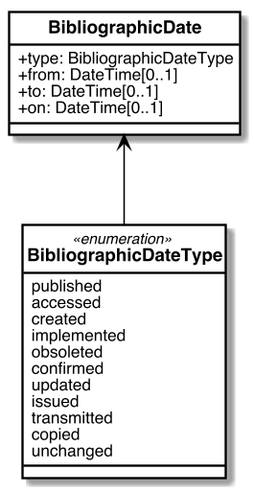
Before: images/RelBib_Date.png, a diagram exported from PlantUML (relaton/relaton-models). The source it was exported from:
```plantuml
@startuml RelBib_Date


skinparam Dpi 150
skinparam Monochrome false
skinparam LineType ortho
hide circle
skinparam Default {
  TextAlignment center
  FontName Helvetica
}
skinparam Class {
  AttributeIconSize 0
  BackgroundColor White
  ArrowColor Black
  BorderColor Black
  FontStyle bold
  StereotypeFontSize 10
}
skinparam Rectangle {
  BackgroundColor White
  ArrowColor Black
  BorderColor Black
  FontStyle bold
  FontSize 11
  StereotypeFontSize 10
}
skinparam Object {
  BackgroundColor White
  ArrowColor Black
  BorderColor Black
  FontStyle bold
  FontSize 11
  StereotypeFontSize 10
}

skinparam Entity {
  StereotypeFontSize 10
}



class BibliographicDate {
    +type: BibliographicDateType
    +from: DateTime[0..1]
    +to: DateTime[0..1]
    +on: DateTime[0..1]
}

enum BibliographicDateType <<enumeration>>{
    published
    accessed
    created
    implemented
    obsoleted
    confirmed
    updated
    issued
    transmitted
    copied
    unchanged
}



BibliographicDate <-- BibliographicDateType

@enduml
```
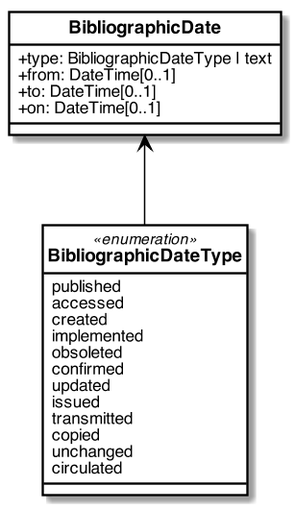
Above is the later version.

Commit message:
circulated date

Diff of the diagram source:
```diff
@@ -41,7 +41,7 @@
 
 
 class BibliographicDate {
-    +type: BibliographicDateType
+    +type: BibliographicDateType | text
     +from: DateTime[0..1]
     +to: DateTime[0..1]
     +on: DateTime[0..1]
@@ -59,6 +59,7 @@
     transmitted
     copied
     unchanged
+    circulated
 }
 
 
```
